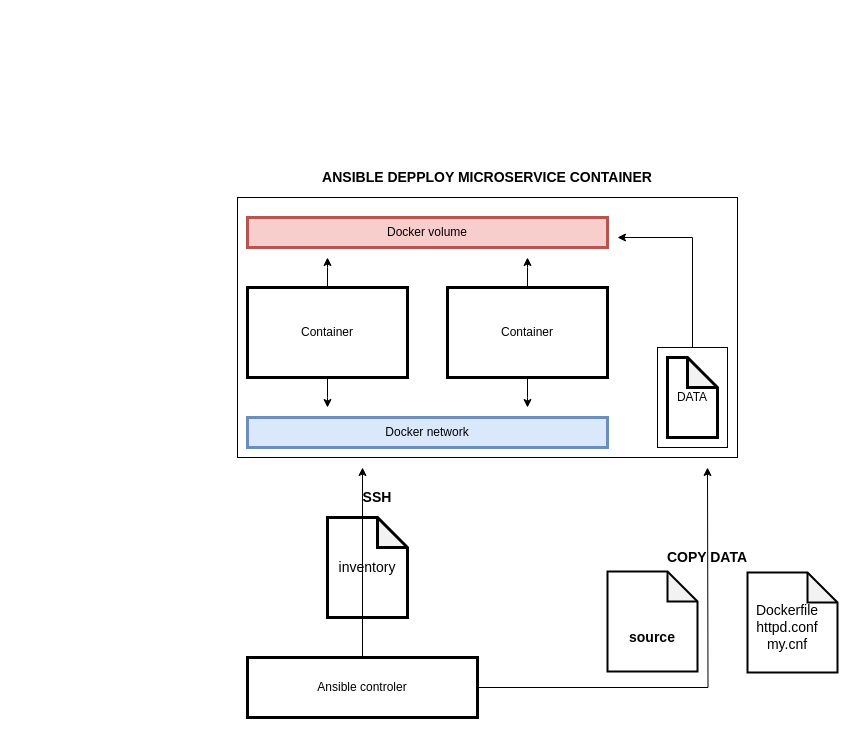
The draw.io diagram Untitled Diagram.drawio in quanhk711/dev-test-, before the edit. Source tidied: cells renumbered, new cells numbered last; positions are measured from the earlier drawing's top-left corner, leaving out a move shared by most shapes. Both pictures are drawn from the tidied source at 100%, with x=0, y=0 at pixel (237, 147).
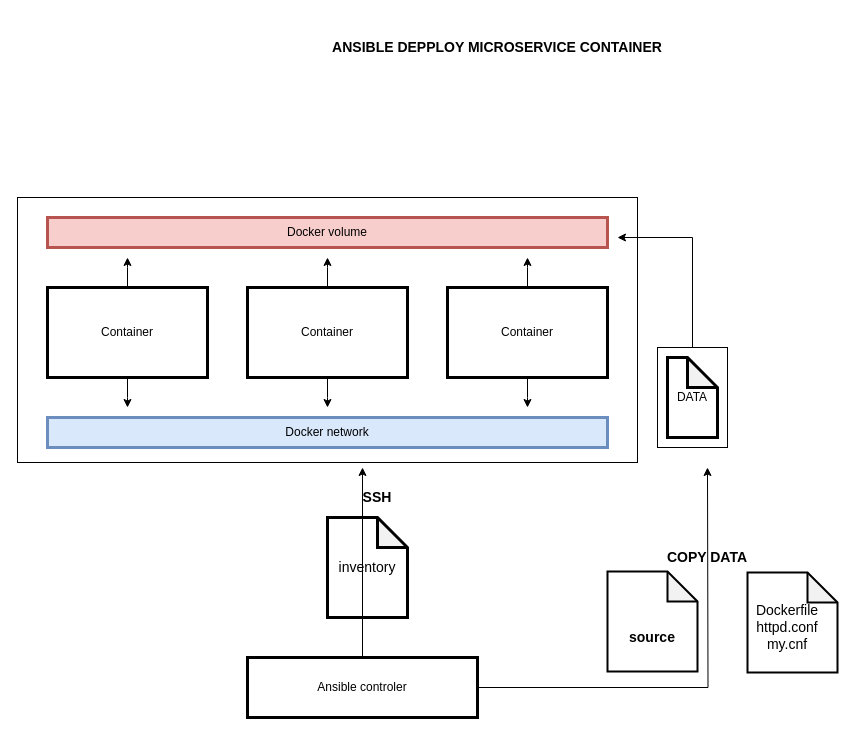
The same diagram, later.

Diff of the diagram source:
```diff
@@
     <mxCell id="8" value="Docker network" style="rounded=0;whiteSpace=wrap;html=1;strokeWidth=3;fillColor=#dae8fc;strokeColor=#6c8ebf;" parent="1" vertex="1">
-      <mxGeometry x="10" y="270" width="360" height="30" as="geometry" />
+      <mxGeometry x="-190" y="270" width="560" height="30" as="geometry" />
     </mxCell>
     <mxCell id="9" value="Docker volume" style="rounded=0;whiteSpace=wrap;html=1;strokeWidth=3;fillColor=#f8cecc;strokeColor=#b85450;" parent="1" vertex="1">
-      <mxGeometry x="10" y="70" width="360" height="30" as="geometry" />
+      <mxGeometry x="-190" y="70" width="560" height="30" as="geometry" />
     </mxCell>
@@
     <mxCell id="16" style="rounded=0;whiteSpace=wrap;html=1;strokeWidth=1;fillColor=none;" parent="1" vertex="1">
-      <mxGeometry y="50" width="500" height="260" as="geometry" />
+      <mxGeometry x="-220" y="50" width="620" height="265" as="geometry" />
     </mxCell>
@@
     <mxCell id="20" value="&lt;span style=&quot;font-size: 14px&quot;&gt;&lt;b&gt;ANSIBLE DEPPLOY MICROSERVICE CONTAINER&lt;/b&gt;&lt;/span&gt;" style="rounded=0;whiteSpace=wrap;html=1;strokeWidth=1;fillColor=none;opacity=0;" parent="1" vertex="1">
-      <mxGeometry x="20" width="460" height="60" as="geometry" />
+      <mxGeometry x="30" y="-130" width="460" height="60" as="geometry" />
     </mxCell>
@@
+    <mxCell id="25" style="edgeStyle=orthogonalEdgeStyle;rounded=0;jettySize=auto;html=1;" parent="1" edge="1" source="27">
+      <mxGeometry relative="1" as="geometry">
+        <mxPoint x="-110" y="110" as="targetPoint" />
+      </mxGeometry>
+    </mxCell>
+    <mxCell id="26" style="edgeStyle=orthogonalEdgeStyle;rounded=0;jettySize=auto;html=1;" parent="1" edge="1" source="27">
+      <mxGeometry relative="1" as="geometry">
+        <mxPoint x="-110" y="260" as="targetPoint" />
+      </mxGeometry>
+    </mxCell>
+    <mxCell id="27" value="Container" style="rounded=0;whiteSpace=wrap;html=1;strokeWidth=3;" parent="1" vertex="1">
+      <mxGeometry x="-190" y="140" width="160" height="90" as="geometry" />
+    </mxCell>
```
